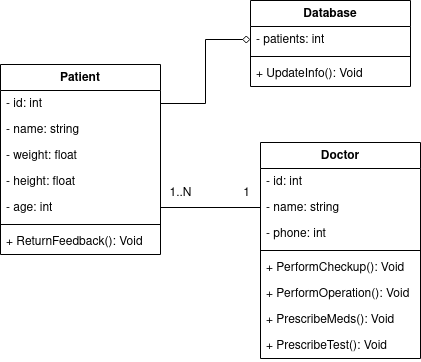
The draw.io diagram diagramas_clase/sistema-hospitalario/diagrama-clase-sistema-hospitalario.drawio.png in JesusLugo2002/ETS, before a commit. Source tidied: cells renumbered, new cells last; positions are measured from the earlier drawing's top-left corner, leaving out a move shared by most shapes.
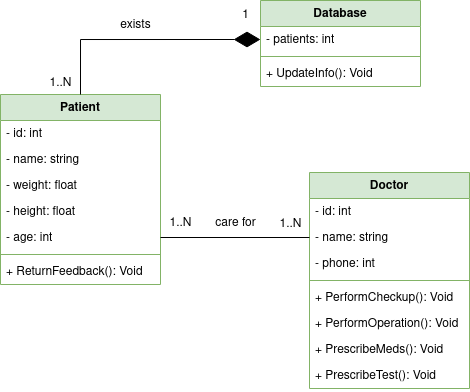
Above is the later version.

What changed in the source:
```diff
@@ -2,7 +2,7 @@
   <root>
     <mxCell id="0" />
     <mxCell id="1" parent="0" />
-    <mxCell id="2" value="Patient" style="swimlane;fontStyle=1;align=center;verticalAlign=top;horizontal=1;startSize=26;whiteSpace=wrap;html=1;" parent="1" vertex="1">
+    <mxCell id="2" value="Patient" style="swimlane;fontStyle=1;align=center;verticalAlign=top;horizontal=1;startSize=26;whiteSpace=wrap;html=1;fillColor=#d5e8d4;strokeColor=#82b366;" parent="1" vertex="1">
       <mxGeometry y="64" width="160" height="190" as="geometry" />
     </mxCell>
     <mxCell id="3" value="&lt;div&gt;- id: int&lt;/div&gt;" style="text;strokeColor=none;fillColor=none;align=left;verticalAlign=top;spacingLeft=4;spacingRight=4;overflow=hidden;points=[[0,0.5],[1,0.5]];portConstraint=eastwest;whiteSpace=wrap;html=1;" parent="2" vertex="1">
@@ -26,8 +26,8 @@
     <mxCell id="9" value="+ ReturnFeedback(): Void" style="text;strokeColor=none;fillColor=none;align=left;verticalAlign=top;spacingLeft=4;spacingRight=4;overflow=hidden;whiteSpace=wrap;html=1;" parent="2" vertex="1">
       <mxGeometry y="164" width="160" height="26" as="geometry" />
     </mxCell>
-    <mxCell id="10" value="&lt;div&gt;Doctor&lt;/div&gt;" style="swimlane;fontStyle=1;align=center;verticalAlign=top;horizontal=1;startSize=26;whiteSpace=wrap;html=1;" parent="1" vertex="1">
-      <mxGeometry x="260" y="142" width="160" height="216" as="geometry" />
+    <mxCell id="10" value="&lt;div&gt;Doctor&lt;/div&gt;" style="swimlane;fontStyle=1;align=center;verticalAlign=top;horizontal=1;startSize=26;whiteSpace=wrap;html=1;fillColor=#d5e8d4;strokeColor=#82b366;" parent="1" vertex="1">
+      <mxGeometry x="309" y="142" width="160" height="216" as="geometry" />
     </mxCell>
     <mxCell id="11" value="- id: int" style="text;strokeColor=none;fillColor=none;align=left;verticalAlign=top;spacingLeft=4;spacingRight=4;overflow=hidden;whiteSpace=wrap;html=1;" parent="10" vertex="1">
       <mxGeometry y="26" width="160" height="26" as="geometry" />
@@ -53,8 +53,8 @@
     <mxCell id="18" value="+ PrescribeTest(): Void" style="text;strokeColor=none;fillColor=none;align=left;verticalAlign=top;spacingLeft=4;spacingRight=4;overflow=hidden;whiteSpace=wrap;html=1;" parent="10" vertex="1">
       <mxGeometry y="190" width="160" height="26" as="geometry" />
     </mxCell>
-    <mxCell id="19" value="Database" style="swimlane;fontStyle=1;align=center;verticalAlign=top;horizontal=1;startSize=26;whiteSpace=wrap;html=1;" parent="1" vertex="1">
-      <mxGeometry x="250" width="160" height="86" as="geometry" />
+    <mxCell id="19" value="Database" style="swimlane;fontStyle=1;align=center;verticalAlign=top;horizontal=1;startSize=26;whiteSpace=wrap;html=1;fillColor=#d5e8d4;strokeColor=#82b366;" parent="1" vertex="1">
+      <mxGeometry x="260" y="-30" width="160" height="86" as="geometry" />
     </mxCell>
     <mxCell id="20" value="- patients: int" style="text;strokeColor=none;fillColor=none;align=left;verticalAlign=top;spacingLeft=4;spacingRight=4;overflow=hidden;points=[[0,0.5],[1,0.5]];portConstraint=eastwest;whiteSpace=wrap;html=1;" parent="19" vertex="1">
       <mxGeometry y="26" width="160" height="26" as="geometry" />
@@ -65,17 +65,29 @@
     <mxCell id="22" value="+ UpdateInfo(): Void" style="text;strokeColor=none;fillColor=none;align=left;verticalAlign=top;spacingLeft=4;spacingRight=4;overflow=hidden;whiteSpace=wrap;html=1;" parent="19" vertex="1">
       <mxGeometry y="60" width="160" height="26" as="geometry" />
     </mxCell>
-    <mxCell id="23" style="edgeStyle=orthogonalEdgeStyle;rounded=0;jettySize=auto;html=1;entryX=0;entryY=0.5;entryDx=0;entryDy=0;endArrow=diamond;endFill=0;" parent="1" edge="1" source="3" target="20">
-      <mxGeometry relative="1" as="geometry" />
-    </mxCell>
     <mxCell id="24" style="edgeStyle=orthogonalEdgeStyle;rounded=0;jettySize=auto;html=1;entryX=1;entryY=0.5;entryDx=0;entryDy=0;endArrow=none;endFill=0;" parent="1" edge="1" source="12" target="7">
       <mxGeometry relative="1" as="geometry" />
     </mxCell>
     <mxCell id="25" value="1..N" style="text;html=1;align=center;verticalAlign=middle;strokeColor=none;fillColor=none;" parent="1" vertex="1">
       <mxGeometry x="155" y="178" width="50" height="30" as="geometry" />
     </mxCell>
-    <mxCell id="26" value="1" style="text;html=1;align=center;verticalAlign=middle;strokeColor=none;fillColor=none;" parent="1" vertex="1">
-      <mxGeometry x="231" y="178" width="30" height="30" as="geometry" />
+    <mxCell id="26" value="1..N" style="text;html=1;align=center;verticalAlign=middle;strokeColor=none;fillColor=none;" parent="1" vertex="1">
+      <mxGeometry x="265" y="179" width="50" height="30" as="geometry" />
     </mxCell>
+    <mxCell id="27" style="endArrow=diamondThin;endFill=1;endSize=24;html=1;rounded=0;entryX=0;entryY=0.5;entryDx=0;entryDy=0;exitX=0.5;exitY=0;exitDx=0;exitDy=0;edgeStyle=orthogonalEdgeStyle;" parent="1" edge="1" source="2" target="20">
+      <mxGeometry relative="1" as="geometry" />
+    </mxCell>
+    <mxCell id="28" value="1" style="text;html=1;align=center;verticalAlign=middle;strokeColor=none;fillColor=none;" parent="1" vertex="1">
+      <mxGeometry x="230" y="-30" width="30" height="30" as="geometry" />
+    </mxCell>
+    <mxCell id="29" value="1..N" style="text;html=1;align=center;verticalAlign=middle;strokeColor=none;fillColor=none;" parent="1" vertex="1">
+      <mxGeometry x="35" y="38" width="50" height="30" as="geometry" />
+    </mxCell>
+    <mxCell id="30" value="exists" style="text;html=1;align=center;verticalAlign=middle;strokeColor=none;fillColor=none;" parent="1" vertex="1">
+      <mxGeometry x="110" y="-20" width="50" height="30" as="geometry" />
+    </mxCell>
+    <mxCell id="31" value="care for" style="text;html=1;align=center;verticalAlign=middle;strokeColor=none;fillColor=none;" parent="1" vertex="1">
+      <mxGeometry x="205" y="178" width="60" height="30" as="geometry" />
+    </mxCell>
   </root>
 </mxGraphModel>
```
